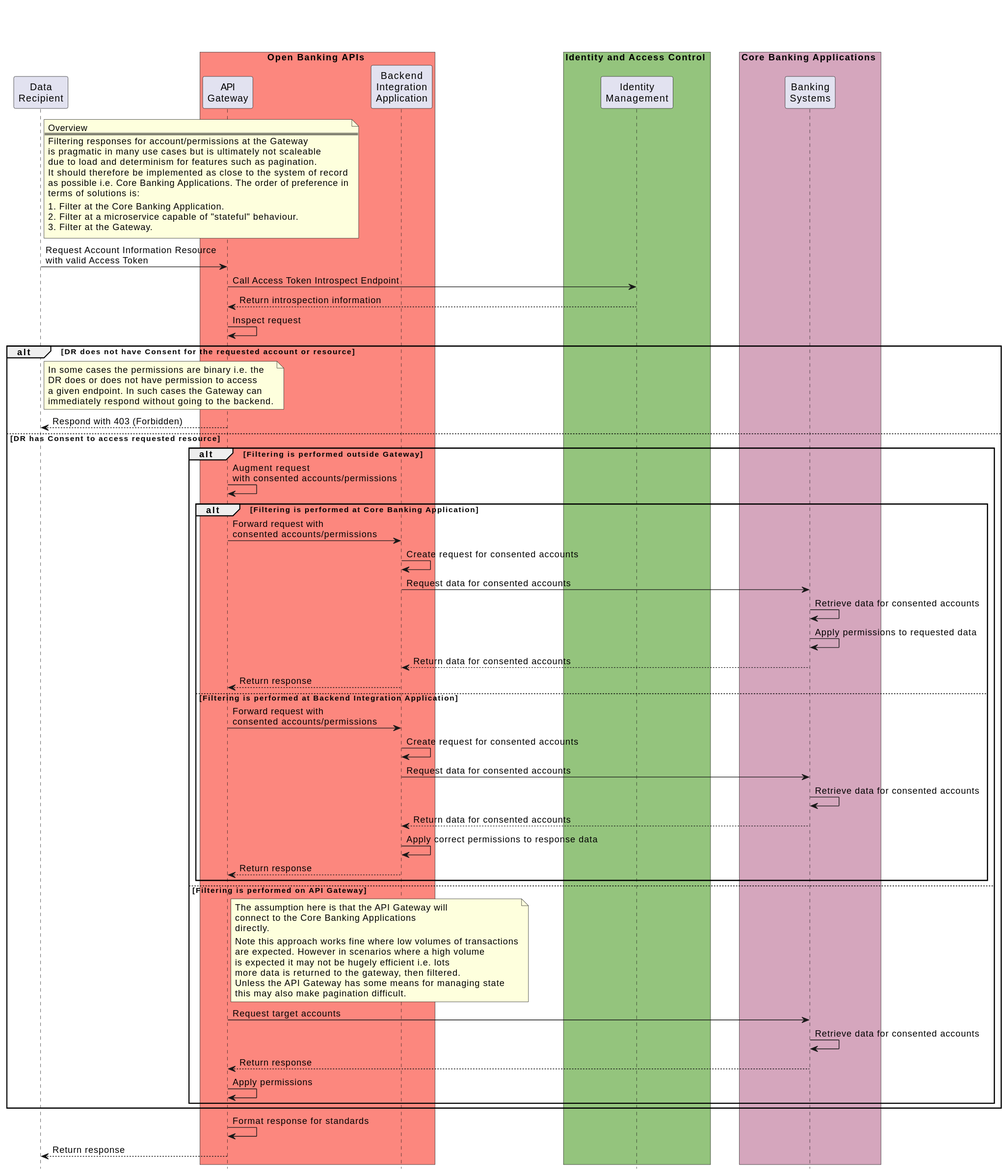
Above: static/Images/Applying_Consent_Sequence.svg in Axway/open-banking-docs (PlantUML), before the change.
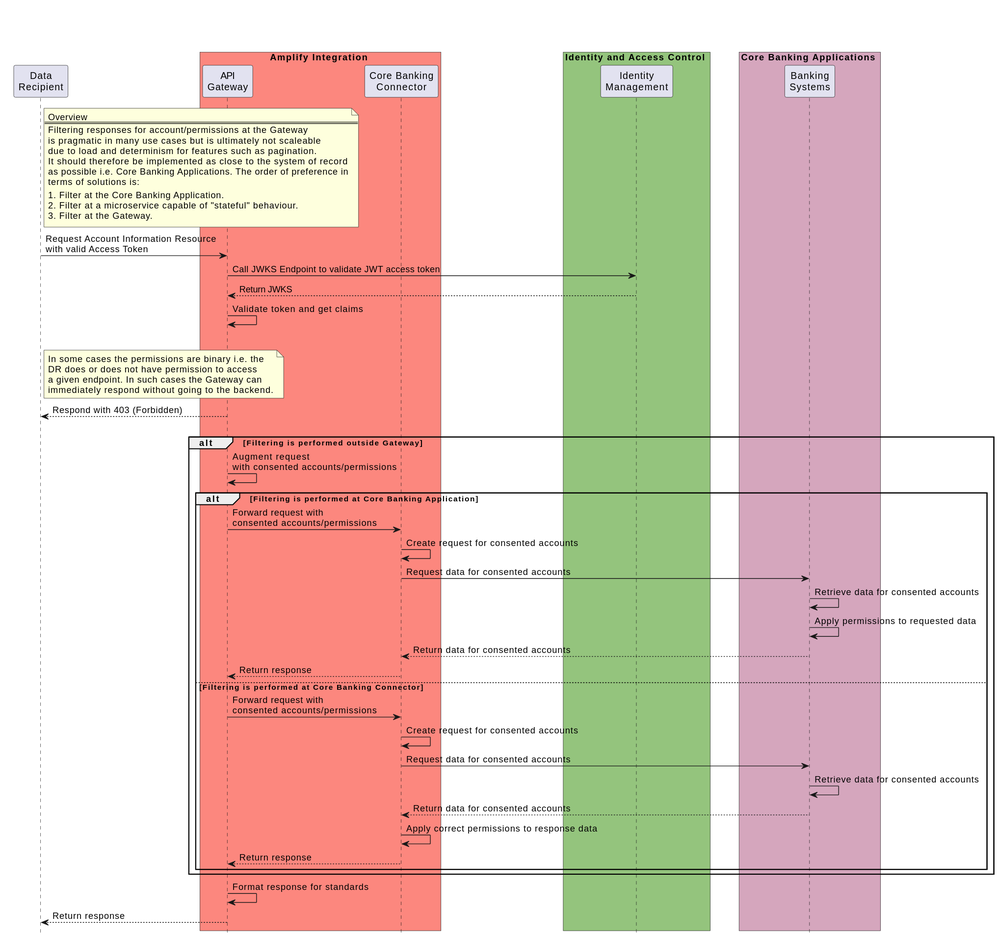
After the change.

What changed in the source:
```diff
@@ -1,12 +1,11 @@
-@startuml Applying_Consent_Sequence
-
+@startuml
 title \n\n
 
 participant "Data\nRecipient" as DR
 
-box Open Banking APIs #fc877e
+box Amplify Integration #fc877e
 participant "API\nGateway" as API_GATEWAY
-participant "Backend\nIntegration\nApplication" as BIA
+participant "Core Banking\nConnector" as CBC
 end box
 
 box Identity and Access Control #94c47d
@@ -38,9 +37,9 @@
 
 DR -> API_GATEWAY: Request Account Information Resource\nwith valid Access Token
 
-API_GATEWAY -> IAM: Call Access Token Introspect Endpoint
-API_GATEWAY <-- IAM: Return introspection information
-API_GATEWAY -> API_GATEWAY: Inspect request
+API_GATEWAY -> IAM: Call JWKS Endpoint to validate JWT access token
+API_GATEWAY <-- IAM: Return JWKS
+API_GATEWAY -> API_GATEWAY: Validate token and get claims
 
 alt DR does not have Consent for the requested account or resource
 
@@ -60,50 +59,27 @@
 
 alt Filtering is performed at Core Banking Application
 
-API_GATEWAY -> BIA: Forward request with\nconsented accounts/permissions
-BIA -> BIA: Create request for consented accounts
-BIA -> ASPSP_API: Request data for consented accounts
+API_GATEWAY -> CBC: Forward request with\nconsented accounts/permissions
+CBC -> CBC: Create request for consented accounts
+CBC -> ASPSP_API: Request data for consented accounts
 ASPSP_API -> ASPSP_API: Retrieve data for consented accounts
 ASPSP_API -> ASPSP_API: Apply permissions to requested data
-BIA <-- ASPSP_API: Return data for consented accounts
-API_GATEWAY <-- BIA: Return response
+CBC <-- ASPSP_API: Return data for consented accounts
+API_GATEWAY <-- CBC: Return response
 
-else Filtering is performed at Backend Integration Application
+else Filtering is performed at Core Banking Connector
 
-API_GATEWAY -> BIA: Forward request with\nconsented accounts/permissions
-BIA -> BIA: Create request for consented accounts
-BIA -> ASPSP_API: Request data for consented accounts
+API_GATEWAY -> CBC: Forward request with\nconsented accounts/permissions
+CBC -> CBC: Create request for consented accounts
+CBC -> ASPSP_API: Request data for consented accounts
 ASPSP_API -> ASPSP_API: Retrieve data for consented accounts
-BIA <-- ASPSP_API: Return data for consented accounts
-BIA -> BIA: Apply correct permissions to response data
-API_GATEWAY <-- BIA: Return response
-
-end alt
-
-else Filtering is performed on API Gateway
-
-note right of API_GATEWAY
-The assumption here is that the API Gateway will
-connect to the Core Banking Applications
-directly.
-|||
-Note this approach works fine where low volumes of transactions
-are expected. However in scenarios where a high volume
-is expected it may not be hugely efficient i.e. lots
-more data is returned to the gateway, then filtered.
-Unless the API Gateway has some means for managing state
-this may also make pagination difficult.
-end note
-
-API_GATEWAY -> ASPSP_API: Request target accounts
-ASPSP_API -> ASPSP_API: Retrieve data for consented accounts
-API_GATEWAY <-- ASPSP_API: Return response
-API_GATEWAY -> API_GATEWAY: Apply permissions
+CBC <-- ASPSP_API: Return data for consented accounts
+CBC -> CBC: Apply correct permissions to response data
+API_GATEWAY <-- CBC: Return response
 
 end alt
 end alt
 
 API_GATEWAY -> API_GATEWAY: Format response for standards
 DR <-- API_GATEWAY: Return response
-
 @enduml
```
